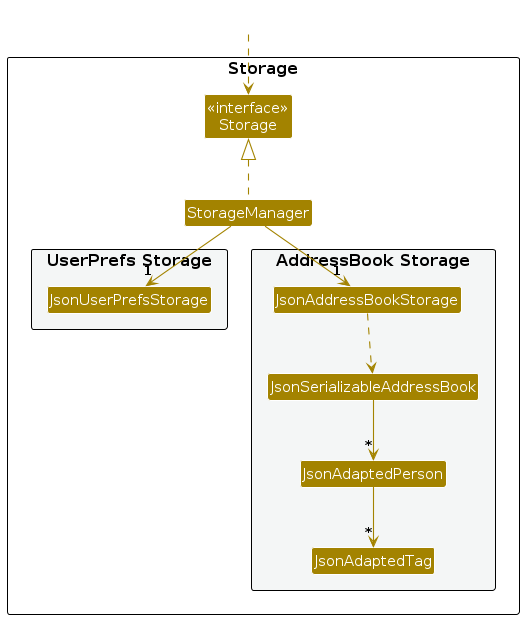
The PlantUML diagram diagrams/StorageClassDiagram.png in AY2627S1-CS2103-F09-1/tp, before a commit. Its source is kept beside it as diagrams/StorageClassDiagram.puml. The source it was exported from:
```plantuml
@startuml
!include style.puml
skinparam arrowThickness 1.1
skinparam arrowColor STORAGE_COLOR
skinparam classBackgroundColor STORAGE_COLOR

package Storage as StoragePackage {

Class "<<interface>>\nStorage" as Storage
Class StorageManager

package "UserPrefs Storage" #F4F6F6{
Class JsonUserPrefsStorage
}

package "AddressBook Storage" #F4F6F6{
Class JsonAddressBookStorage
Class JsonSerializableAddressBook
Class JsonAdaptedPerson
Class JsonAdaptedTag
}

}

Class HiddenOutside #FFFFFF
HiddenOutside ..> Storage

StorageManager .up.|> Storage
StorageManager -down-> "1" JsonUserPrefsStorage
StorageManager -down-> "1" JsonAddressBookStorage

JsonAddressBookStorage ..> JsonSerializableAddressBook
JsonSerializableAddressBook --> "*" JsonAdaptedPerson
JsonAdaptedPerson --> "*" JsonAdaptedTag

@enduml
```
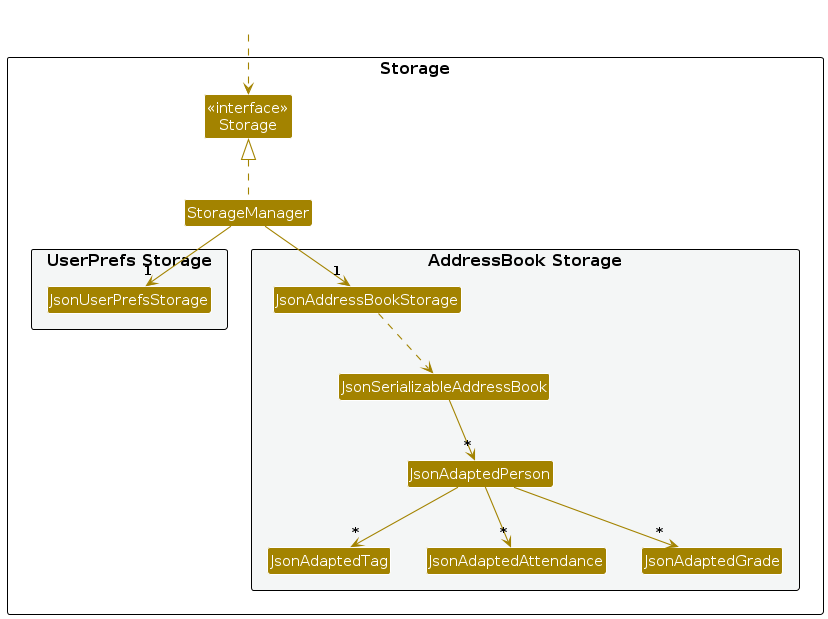
Later version of the same file.

Change to the diagram source:
```diff
@@ -18,6 +18,8 @@
 Class JsonSerializableAddressBook
 Class JsonAdaptedPerson
 Class JsonAdaptedTag
+Class JsonAdaptedAttendance
+Class JsonAdaptedGrade
 }
 
 }
@@ -32,5 +34,7 @@
 JsonAddressBookStorage ..> JsonSerializableAddressBook
 JsonSerializableAddressBook --> "*" JsonAdaptedPerson
 JsonAdaptedPerson --> "*" JsonAdaptedTag
+JsonAdaptedPerson --> "*" JsonAdaptedAttendance
+JsonAdaptedPerson --> "*" JsonAdaptedGrade
 
 @enduml
```
